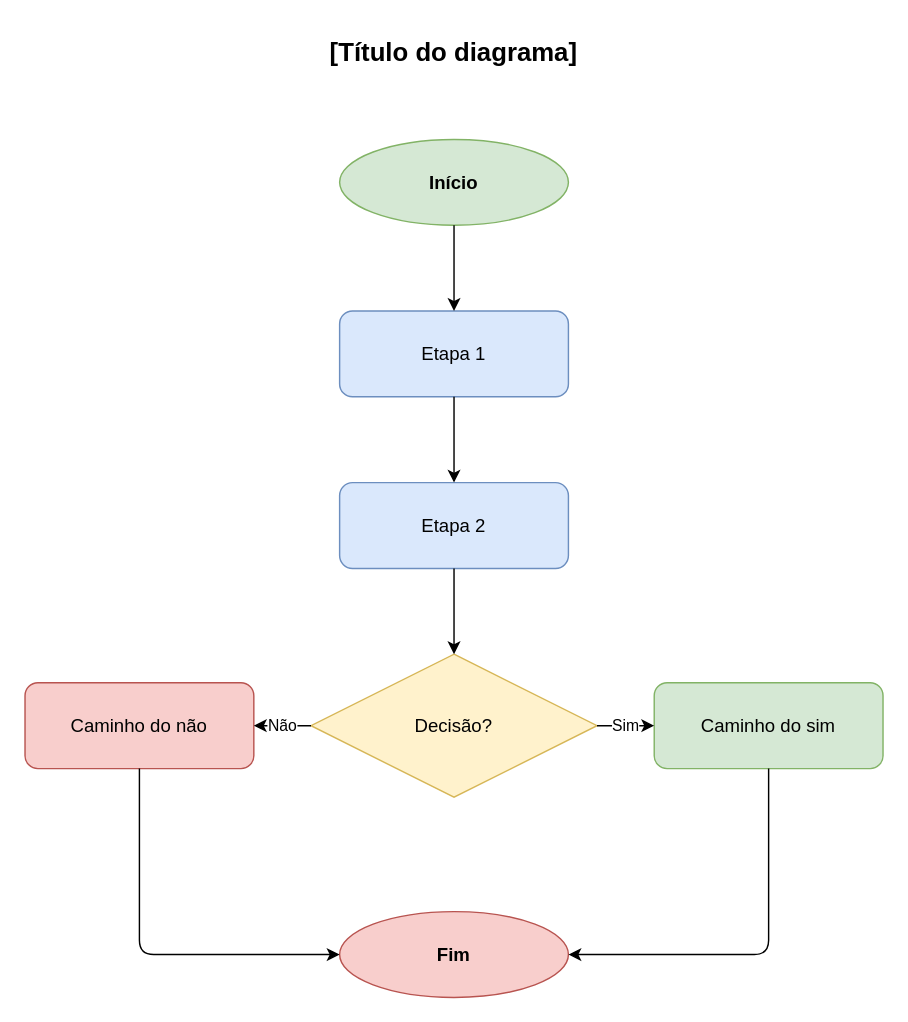
This is .github/skills/draw-io-diagram-generator/assets/templates/flowchart.drawio from serpro-workshop-fortaleza/sifap-modernization-paula, a draw.io file, before an edit. Source tidied: cells renumbered, new cells numbered last; positions are measured from the earlier drawing's top-left corner, leaving out a move shared by most shapes. Both pictures are drawn from the tidied source at 143%, with x=0, y=0 at pixel (24, 24).
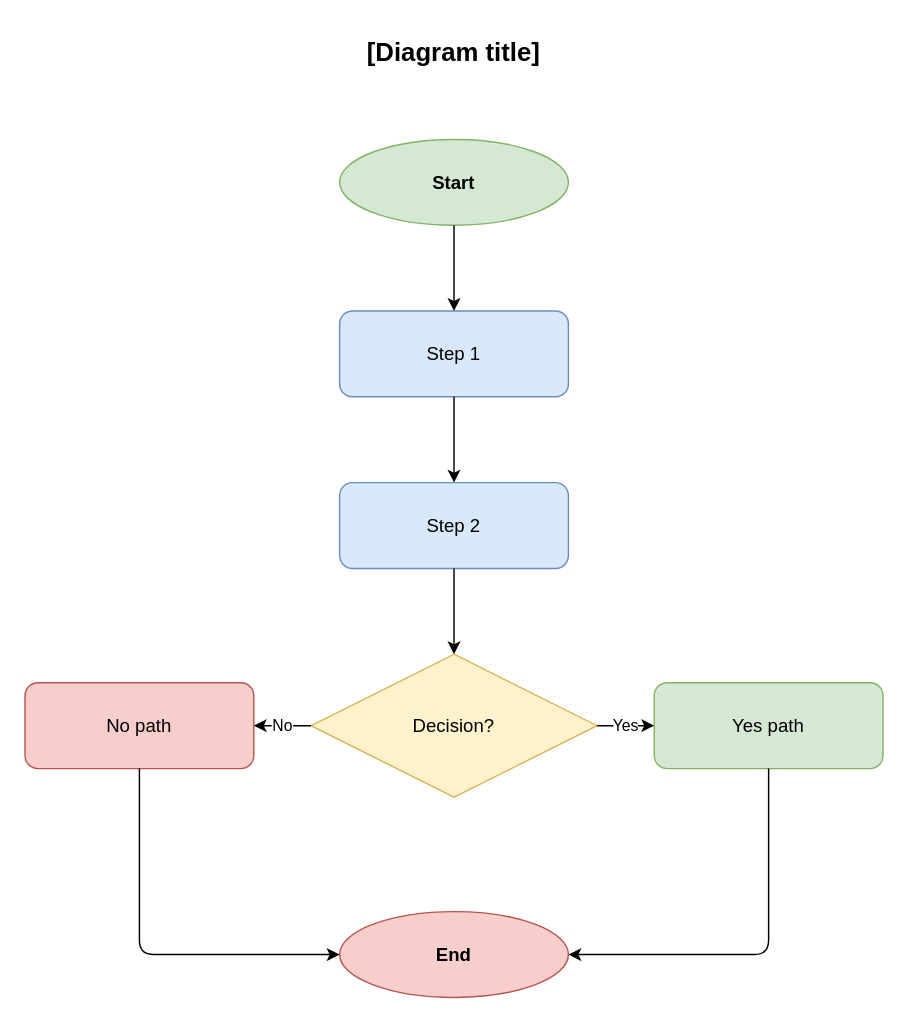
After the change.

The edit, as a diff of the source:
```diff
@@
 <mxGraphModel>
   <root>
     <mxCell id="0" />
     <mxCell id="1" parent="0" />
-    <mxCell id="2" value="[Título do diagrama]" style="text;html=1;strokeColor=none;fillColor=none;align=center;verticalAlign=middle;whiteSpace=wrap;rounded=0;fontSize=18;fontStyle=1;" parent="1" vertex="1">
+    <mxCell id="2" value="[Diagram title]" style="text;html=1;strokeColor=none;fillColor=none;align=center;verticalAlign=middle;whiteSpace=wrap;rounded=0;fontSize=18;fontStyle=1;" parent="1" vertex="1">
       <mxGeometry x="100" width="400" height="40" as="geometry" />
     </mxCell>
-    <mxCell id="3" value="Início" style="ellipse;whiteSpace=wrap;html=1;fillColor=#d5e8d4;strokeColor=#82b366;fontSize=13;fontStyle=1;" parent="1" vertex="1">
+    <mxCell id="3" value="Start" style="ellipse;whiteSpace=wrap;html=1;fillColor=#d5e8d4;strokeColor=#82b366;fontSize=13;fontStyle=1;" parent="1" vertex="1">
       <mxGeometry x="220" y="80" width="160" height="60" as="geometry" />
     </mxCell>
-    <mxCell id="4" value="Etapa 1" style="rounded=1;whiteSpace=wrap;html=1;fillColor=#dae8fc;strokeColor=#6c8ebf;fontSize=13;" parent="1" vertex="1">
+    <mxCell id="4" value="Step 1" style="rounded=1;whiteSpace=wrap;html=1;fillColor=#dae8fc;strokeColor=#6c8ebf;fontSize=13;" parent="1" vertex="1">
       <mxGeometry x="220" y="200" width="160" height="60" as="geometry" />
     </mxCell>
-    <mxCell id="5" value="Etapa 2" style="rounded=1;whiteSpace=wrap;html=1;fillColor=#dae8fc;strokeColor=#6c8ebf;fontSize=13;" parent="1" vertex="1">
+    <mxCell id="5" value="Step 2" style="rounded=1;whiteSpace=wrap;html=1;fillColor=#dae8fc;strokeColor=#6c8ebf;fontSize=13;" parent="1" vertex="1">
       <mxGeometry x="220" y="320" width="160" height="60" as="geometry" />
     </mxCell>
-    <mxCell id="6" value="Decisão?" style="rhombus;whiteSpace=wrap;html=1;fillColor=#fff2cc;strokeColor=#d6b656;fontSize=13;" parent="1" vertex="1">
+    <mxCell id="6" value="Decision?" style="rhombus;whiteSpace=wrap;html=1;fillColor=#fff2cc;strokeColor=#d6b656;fontSize=13;" parent="1" vertex="1">
       <mxGeometry x="200" y="440" width="200" height="100" as="geometry" />
     </mxCell>
-    <mxCell id="7" value="Caminho do sim" style="rounded=1;whiteSpace=wrap;html=1;fillColor=#d5e8d4;strokeColor=#82b366;fontSize=13;" parent="1" vertex="1">
+    <mxCell id="7" value="Yes path" style="rounded=1;whiteSpace=wrap;html=1;fillColor=#d5e8d4;strokeColor=#82b366;fontSize=13;" parent="1" vertex="1">
       <mxGeometry x="440" y="460" width="160" height="60" as="geometry" />
     </mxCell>
-    <mxCell id="8" value="Caminho do não" style="rounded=1;whiteSpace=wrap;html=1;fillColor=#f8cecc;strokeColor=#b85450;fontSize=13;" parent="1" vertex="1">
+    <mxCell id="8" value="No path" style="rounded=1;whiteSpace=wrap;html=1;fillColor=#f8cecc;strokeColor=#b85450;fontSize=13;" parent="1" vertex="1">
       <mxGeometry y="460" width="160" height="60" as="geometry" />
     </mxCell>
-    <mxCell id="9" value="Fim" style="ellipse;whiteSpace=wrap;html=1;fillColor=#f8cecc;strokeColor=#b85450;fontSize=13;fontStyle=1;" parent="1" vertex="1">
+    <mxCell id="9" value="End" style="ellipse;whiteSpace=wrap;html=1;fillColor=#f8cecc;strokeColor=#b85450;fontSize=13;fontStyle=1;" parent="1" vertex="1">
       <mxGeometry x="220" y="620" width="160" height="60" as="geometry" />
     </mxCell>
     <mxCell id="10" style="edgeStyle=orthogonalEdgeStyle;html=1;" parent="1" edge="1" source="3" target="4">
       <mxGeometry relative="1" as="geometry" />
     </mxCell>
     <mxCell id="11" style="edgeStyle=orthogonalEdgeStyle;html=1;" parent="1" edge="1" source="4" target="5">
       <mxGeometry relative="1" as="geometry" />
     </mxCell>
     <mxCell id="12" style="edgeStyle=orthogonalEdgeStyle;html=1;" parent="1" edge="1" source="5" target="6">
       <mxGeometry relative="1" as="geometry" />
     </mxCell>
-    <mxCell id="13" value="Sim" style="edgeStyle=orthogonalEdgeStyle;html=1;" parent="1" edge="1" source="6" target="7">
+    <mxCell id="13" value="Yes" style="edgeStyle=orthogonalEdgeStyle;html=1;" parent="1" edge="1" source="6" target="7">
       <mxGeometry relative="1" as="geometry" />
     </mxCell>
-    <mxCell id="14" value="Não" style="edgeStyle=orthogonalEdgeStyle;html=1;" parent="1" edge="1" source="6" target="8">
+    <mxCell id="14" value="No" style="edgeStyle=orthogonalEdgeStyle;html=1;" parent="1" edge="1" source="6" target="8">
       <mxGeometry relative="1" as="geometry" />
     </mxCell>
     <mxCell id="15" style="edgeStyle=orthogonalEdgeStyle;html=1;" parent="1" edge="1" source="7" target="9">
       <mxGeometry relative="1" as="geometry">
         <Array as="points">
           <mxPoint x="520" y="650" />
         </Array>
       </mxGeometry>
     </mxCell>
     <mxCell id="16" style="edgeStyle=orthogonalEdgeStyle;html=1;" parent="1" edge="1" source="8" target="9">
       <mxGeometry relative="1" as="geometry">
         <Array as="points">
           <mxPoint x="80" y="650" />
         </Array>
       </mxGeometry>
     </mxCell>
   </root>
 </mxGraphModel>
```
